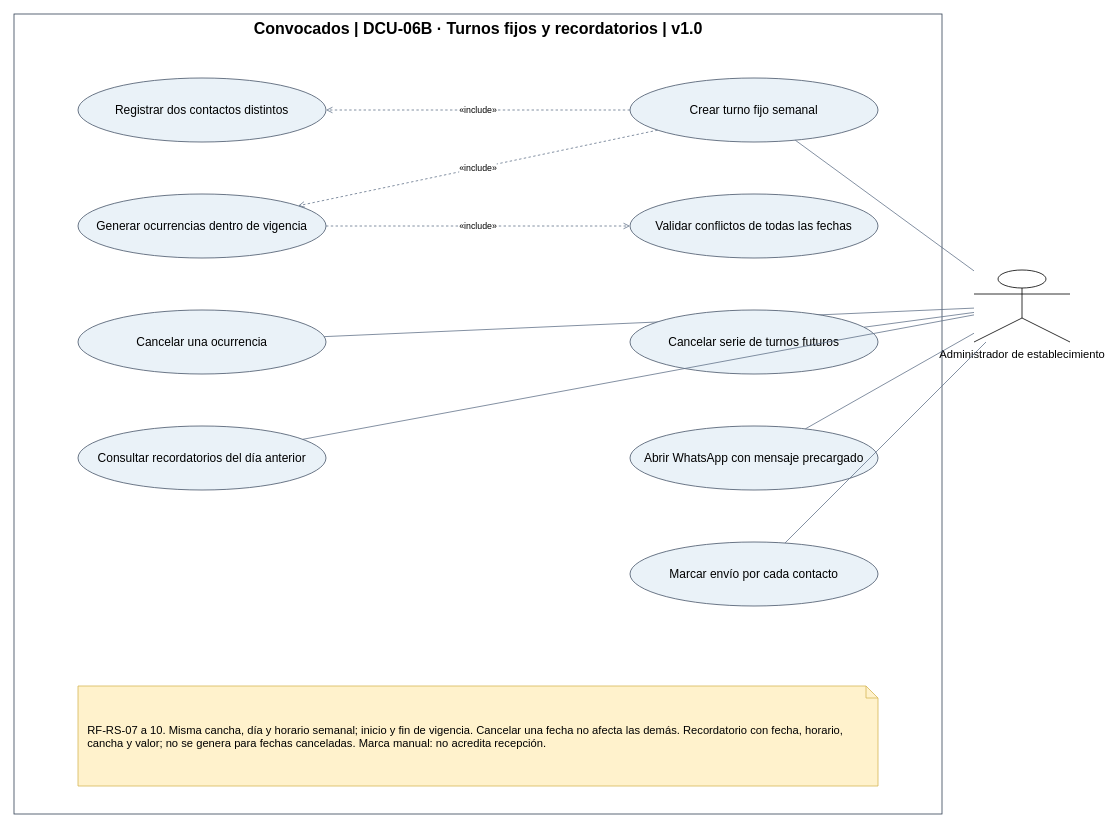
Above: page "DCU-06B · Turnos fijos y recordatorios" (2 of 3) of docs/02-diseno-funcional/casos-de-uso-reservas.drawio in alejovidela13/convocados (draw.io), before the change. Source tidied: cells renumbered, new cells numbered last; positions are measured from the earlier drawing's top-left corner, leaving out a move shared by most shapes. Both pictures are drawn from the tidied source at 80%, with x=0, y=0 at pixel (14, 14).
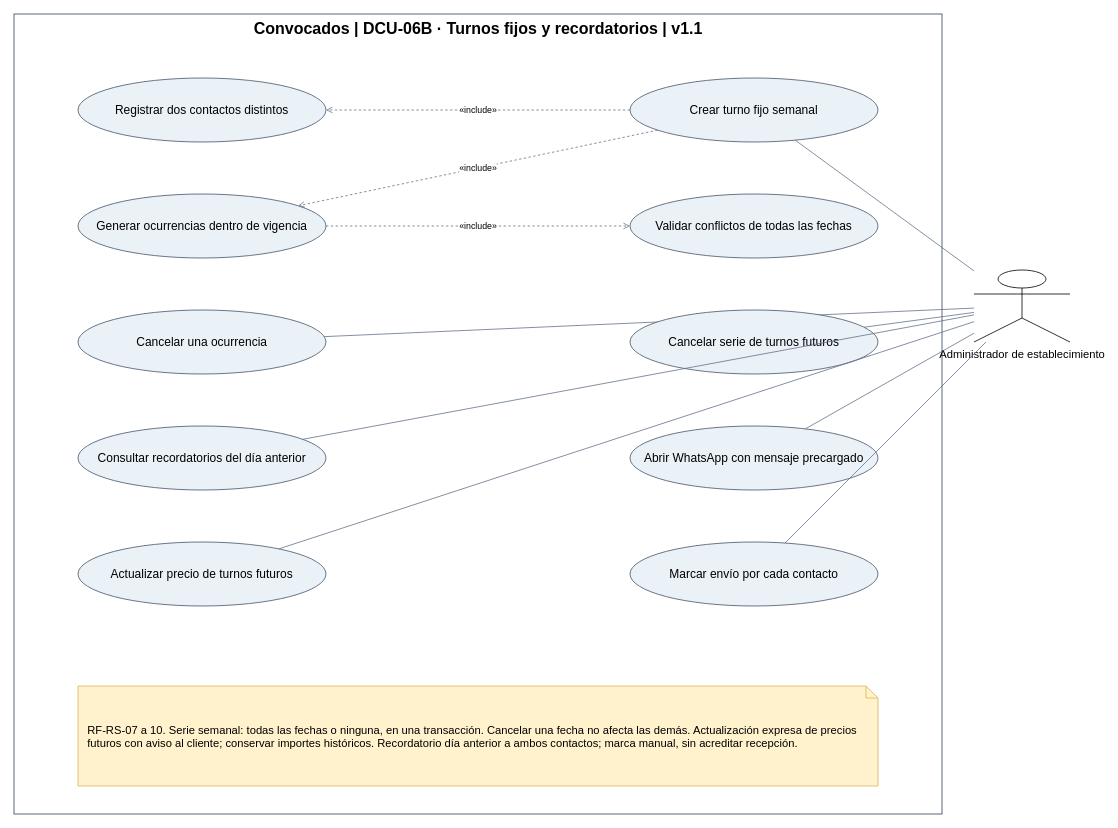
The same diagram, later.

Commit message (it also covers changes not shown here):
docs: actualizar documento maestro v1.2 y DCU-06 v1.1

Unchanged cells that the change refers to:
```xml
<mxCell id="3" value="Administrador de establecimiento" style="shape=umlActor;verticalLabelPosition=bottom;verticalAlign=top;html=1;fontSize=14;" parent="1" vertex="1">
  <mxGeometry x="1200" y="320" width="120" height="90" as="geometry" />
</mxCell>
```

Diff of the diagram source:
```diff
@@
-    <mxCell id="2" value="Convocados | DCU-06B · Turnos fijos y recordatorios | v1.0" style="rounded=0;html=1;verticalAlign=top;fontStyle=1;fontSize=20;fillColor=none;strokeColor=#334155;" parent="1" vertex="1">
+    <mxCell id="2" value="Convocados | DCU-06B · Turnos fijos y recordatorios | v1.1" style="rounded=0;html=1;verticalAlign=top;fontStyle=1;fontSize=20;fillColor=none;strokeColor=#334155;" parent="1" vertex="1">
       <mxGeometry width="1160" height="1000" as="geometry" />
     </mxCell>
@@
-    <mxCell id="22" value="RF-RS-07 a 10. Misma cancha, día y horario semanal; inicio y fin de vigencia. Cancelar una fecha no afecta las demás. Recordatorio con fecha, horario, cancha y valor; no se genera para fechas canceladas. Marca manual: no acredita recepción." style="shape=note;whiteSpace=wrap;html=1;size=15;fontSize=14;align=left;spacing=12;fillColor=#fff2cc;strokeColor=#d6b656;" parent="1" vertex="1">
+    <mxCell id="22" value="RF-RS-07 a 10. Serie semanal: todas las fechas o ninguna, en una transacción. Cancelar una fecha no afecta las demás. Actualización expresa de precios futuros con aviso al cliente; conservar importes históricos. Recordatorio día anterior a ambos contactos; marca manual, sin acreditar recepción." style="shape=note;whiteSpace=wrap;html=1;size=15;fontSize=14;align=left;spacing=12;fillColor=#fff2cc;strokeColor=#d6b656;" parent="1" vertex="1">
       <mxGeometry x="80" y="840" width="1000" height="125" as="geometry" />
     </mxCell>
+    <mxCell id="23" value="Actualizar precio de turnos futuros" style="ellipse;whiteSpace=wrap;html=1;fontSize=15;fillColor=#eaf2f8;strokeColor=#475569;" parent="1" vertex="1">
+      <mxGeometry x="80" y="660" width="310" height="80" as="geometry" />
+    </mxCell>
+    <mxCell id="24" style="html=1;strokeColor=#64748b;endArrow=none;" parent="1" edge="1" source="3" target="23">
+      <mxGeometry relative="1" as="geometry" />
+    </mxCell>
```
